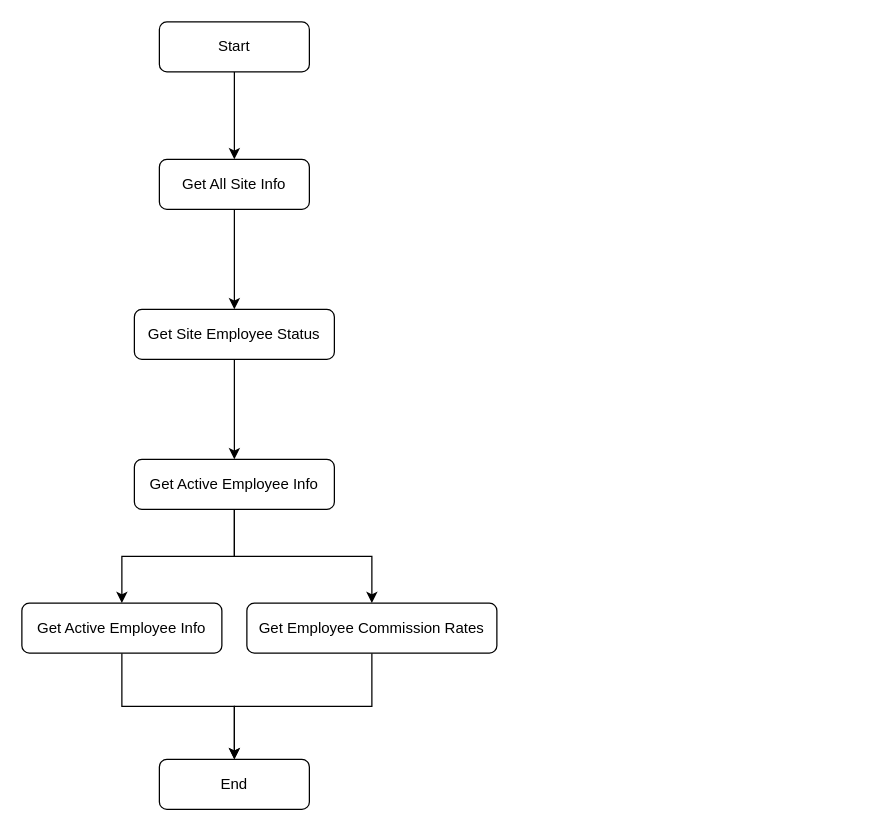
Earlier version of the draw.io diagram Hawker-Profile-Flow.drawio (SmileSB1O1/draw-active). Source tidied: cells renumbered, new cells numbered last; positions are measured from the earlier drawing's top-left corner, leaving out a move shared by most shapes. Both pictures are drawn from the tidied source at 125%, with x=0, y=0 at pixel (21, 21).
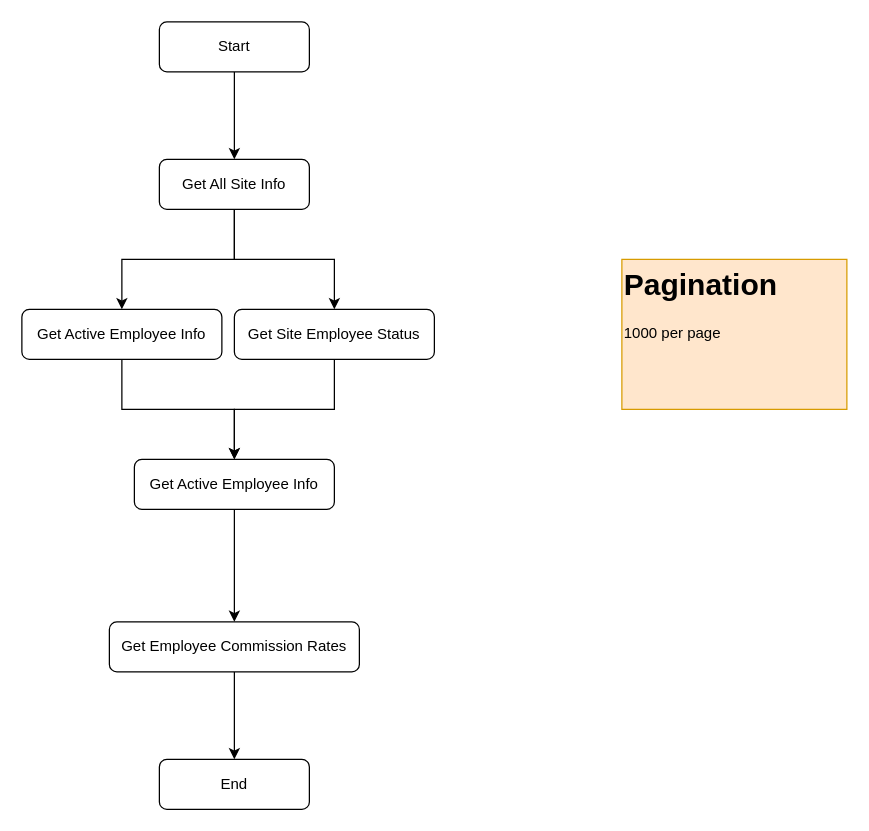
Above is the later version.

Change to the diagram source:
```diff
@@
 <mxGraphModel>
   <root>
     <mxCell id="0" />
     <mxCell id="1" parent="0" />
     <mxCell id="2" style="edgeStyle=orthogonalEdgeStyle;rounded=0;jettySize=auto;html=1;" parent="1" edge="1" source="3" target="8">
       <mxGeometry relative="1" as="geometry" />
     </mxCell>
     <mxCell id="3" value="Start" style="rounded=1;whiteSpace=wrap;html=1;fontSize=12;glass=0;strokeWidth=1;shadow=0;" parent="1" vertex="1">
       <mxGeometry x="110" width="120" height="40" as="geometry" />
     </mxCell>
-    <mxCell id="4" style="edgeStyle=orthogonalEdgeStyle;rounded=0;jettySize=auto;html=1;" parent="1" edge="1" source="6" target="12">
-      <mxGeometry relative="1" as="geometry" />
-    </mxCell>
     <mxCell id="5" style="edgeStyle=orthogonalEdgeStyle;rounded=0;jettySize=auto;html=1;" parent="1" edge="1" source="6" target="15">
       <mxGeometry relative="1" as="geometry" />
     </mxCell>
     <mxCell id="6" value="Get Active Employee Info" style="rounded=1;whiteSpace=wrap;html=1;fontSize=12;glass=0;strokeWidth=1;shadow=0;" parent="1" vertex="1">
       <mxGeometry x="90" y="350" width="160" height="40" as="geometry" />
     </mxCell>
     <mxCell id="7" style="edgeStyle=orthogonalEdgeStyle;rounded=0;jettySize=auto;html=1;" parent="1" edge="1" source="8" target="10">
       <mxGeometry relative="1" as="geometry" />
     </mxCell>
+    <mxCell id="16" style="edgeStyle=orthogonalEdgeStyle;rounded=0;jettySize=auto;html=1;exitX=0.5;exitY=1;exitDx=0;exitDy=0;" parent="1" edge="1" source="8" target="12">
+      <mxGeometry relative="1" as="geometry" />
+    </mxCell>
     <mxCell id="8" value="Get All Site Info" style="rounded=1;whiteSpace=wrap;html=1;fontSize=12;glass=0;strokeWidth=1;shadow=0;" parent="1" vertex="1">
       <mxGeometry x="110" y="110" width="120" height="40" as="geometry" />
     </mxCell>
     <mxCell id="9" style="edgeStyle=orthogonalEdgeStyle;rounded=0;jettySize=auto;html=1;" parent="1" edge="1" source="10" target="6">
       <mxGeometry relative="1" as="geometry" />
     </mxCell>
     <mxCell id="10" value="Get Site Employee Status" style="rounded=1;whiteSpace=wrap;html=1;fontSize=12;glass=0;strokeWidth=1;shadow=0;" parent="1" vertex="1">
-      <mxGeometry x="90" y="230" width="160" height="40" as="geometry" />
+      <mxGeometry x="170" y="230" width="160" height="40" as="geometry" />
     </mxCell>
-    <mxCell id="11" style="edgeStyle=orthogonalEdgeStyle;rounded=0;jettySize=auto;html=1;" parent="1" edge="1" source="12" target="13">
-      <mxGeometry relative="1" as="geometry" />
-    </mxCell>
-    <mxCell id="12" value="Get Active Employee Info" style="rounded=1;whiteSpace=wrap;html=1;fontSize=12;glass=0;strokeWidth=1;shadow=0;" parent="1" vertex="1">
-      <mxGeometry y="465" width="160" height="40" as="geometry" />
-    </mxCell>
     <mxCell id="13" value="End" style="rounded=1;whiteSpace=wrap;html=1;fontSize=12;glass=0;strokeWidth=1;shadow=0;" parent="1" vertex="1">
       <mxGeometry x="110" y="590" width="120" height="40" as="geometry" />
     </mxCell>
     <mxCell id="14" style="edgeStyle=orthogonalEdgeStyle;rounded=0;jettySize=auto;html=1;entryX=0.5;entryY=0;entryDx=0;entryDy=0;" parent="1" edge="1" source="15" target="13">
       <mxGeometry relative="1" as="geometry" />
     </mxCell>
     <mxCell id="15" value="Get Employee Commission Rates" style="rounded=1;whiteSpace=wrap;html=1;fontSize=12;glass=0;strokeWidth=1;shadow=0;" parent="1" vertex="1">
-      <mxGeometry x="180" y="465" width="200" height="40" as="geometry" />
+      <mxGeometry x="70" y="480" width="200" height="40" as="geometry" />
     </mxCell>
+    <mxCell id="17" style="edgeStyle=orthogonalEdgeStyle;rounded=0;jettySize=auto;html=1;entryX=0.5;entryY=0;entryDx=0;entryDy=0;" parent="1" edge="1" source="12" target="6">
+      <mxGeometry relative="1" as="geometry" />
+    </mxCell>
+    <mxCell id="12" value="Get Active Employee Info" style="rounded=1;whiteSpace=wrap;html=1;fontSize=12;glass=0;strokeWidth=1;shadow=0;" parent="1" vertex="1">
+      <mxGeometry y="230" width="160" height="40" as="geometry" />
+    </mxCell>
+    <mxCell id="18" value="&lt;h1 style=&quot;margin-top: 0px;&quot;&gt;Pagination&lt;/h1&gt;&lt;p&gt;1000 per page&lt;/p&gt;" style="text;html=1;whiteSpace=wrap;overflow=hidden;rounded=0;fillColor=#ffe6cc;strokeColor=#d79b00;" parent="1" vertex="1">
+      <mxGeometry x="480" y="190" width="180" height="120" as="geometry" />
+    </mxCell>
   </root>
 </mxGraphModel>
```
